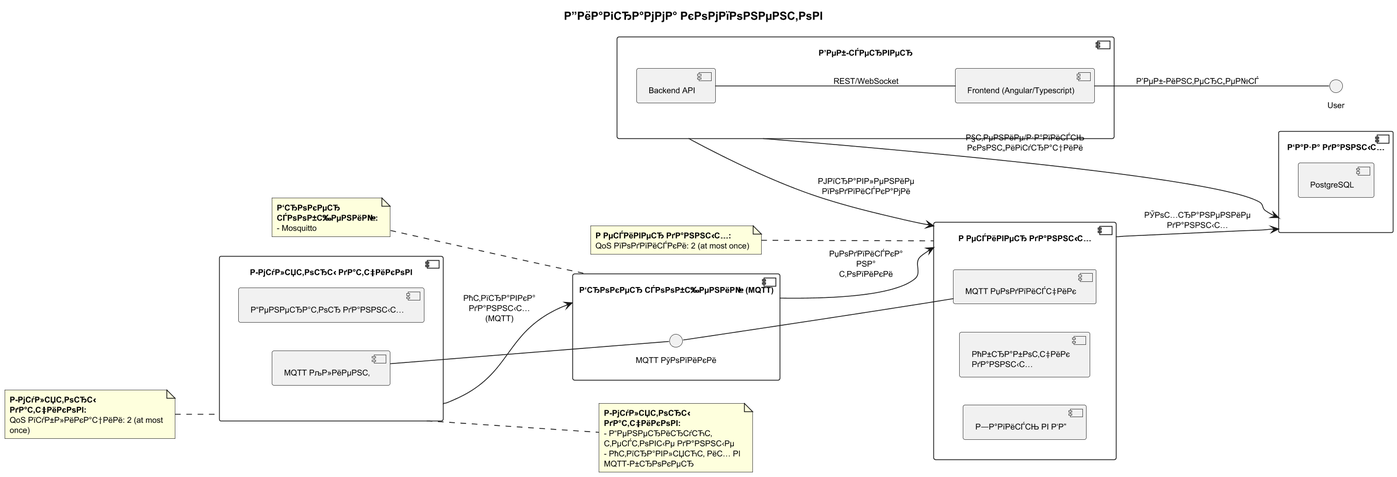
Earlier version of the PlantUML export uml/ComponentDiagram.png (ijade/ModulesMonitor).
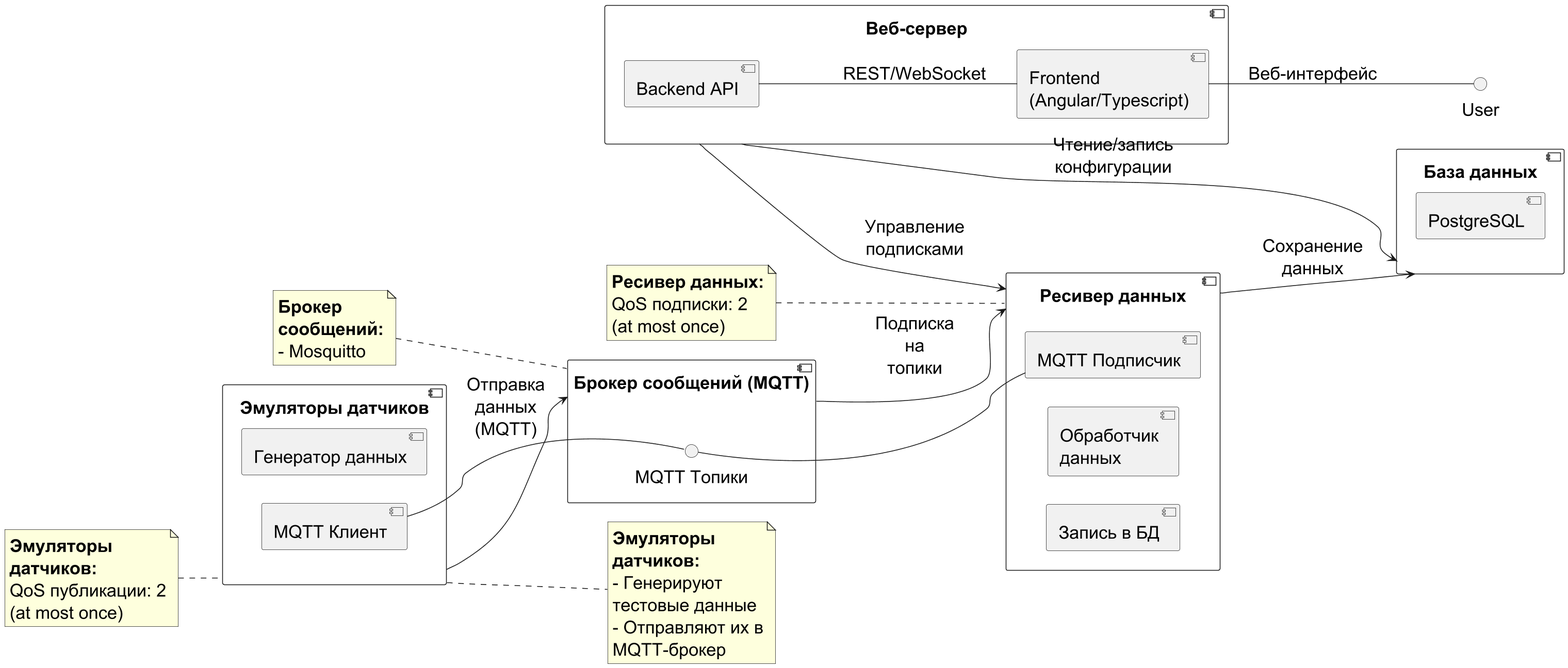
After the commit.

Change to the diagram source:
```diff
@@ -1,68 +1,67 @@
 @startuml
-title **Р”РёР°РіСЂР°РјРјР° РєРѕРјРїРѕРЅРµРЅС‚РѕРІ**
 
 
 skinparam dpi 150
-skinparam defaultFontSize 10
+skinparam defaultFontSize 22
 skinparam maxMessageSize 50
 skinparam wrapWidth 200
 skinparam componentStyle uml2
 left to right direction
 
 
-component "Р­РјСѓР»СЏС‚РѕСЂС‹ РґР°С‚С‡РёРєРѕРІ" as Sensors {
-  component "Р“РµРЅРµСЂР°С‚РѕСЂ РґР°РЅРЅС‹С…" as Generator
-  component "MQTT РљР»РёРµРЅС‚" as MQTTClient
+component "Эмуляторы датчиков" as Sensors {
+  component "Генератор данных" as Generator
+  component "MQTT Клиент" as MQTTClient
 }
 
-component "Р‘СЂРѕРєРµСЂ СЃРѕРѕР±С‰РµРЅРёР№ (MQTT)" as Broker {
-  interface "MQTT РўРѕРїРёРєРё" as Topics
+component "Брокер сообщений (MQTT)" as Broker {
+  interface "MQTT Топики" as Topics
 }
 
-component "Р РµСЃРёРІРµСЂ РґР°РЅРЅС‹С…" as Receiver {
-  component "MQTT РџРѕРґРїРёСЃС‡РёРє" as MQTTSubscriber
-  component "РћР±СЂР°Р±РѕС‚С‡РёРє РґР°РЅРЅС‹С…" as DataProcessor
-  component "Р—Р°РїРёСЃСЊ РІ Р‘Р”" as DBWriter
+component "Ресивер данных" as Receiver {
+  component "MQTT Подписчик" as MQTTSubscriber
+  component "Обработчик данных" as DataProcessor
+  component "Запись в БД" as DBWriter
 }
 
-component "Р‘Р°Р·Р° РґР°РЅРЅС‹С…" as Database {
+component "База данных" as Database {
   component "PostgreSQL" as DB
 }
 
-component "Р’РµР±-СЃРµСЂРІРµСЂ" as WebServer {
+component "Веб-сервер" as WebServer {
   component "Backend API" as API
   component "Frontend (Angular/Typescript)" as Frontend
 }
 
-Sensors --> Broker : "РћС‚РїСЂР°РІРєР° РґР°РЅРЅС‹С… (MQTT)"
-Broker --> Receiver : "РџРѕРґРїРёСЃРєР° РЅР° С‚РѕРїРёРєРё"
-Receiver --> Database : "РЎРѕС…СЂР°РЅРµРЅРёРµ РґР°РЅРЅС‹С…"
-WebServer --> Database : "Р§С‚РµРЅРёРµ/Р·Р°РїРёСЃСЊ РєРѕРЅС„РёРіСѓСЂР°С†РёРё"
-WebServer --> Receiver : "РЈРїСЂР°РІР»РµРЅРёРµ РїРѕРґРїРёСЃРєР°РјРё"
+Sensors --> Broker : "Отправка данных (MQTT)"
+Broker --> Receiver : "Подписка на топики"
+Receiver --> Database : "Сохранение данных"
+WebServer --> Database : "Чтение/запись конфигурации"
+WebServer --> Receiver : "Управление подписками"
 
 Topics -- MQTTClient
 Topics -- MQTTSubscriber
 API -- Frontend : "REST/WebSocket"
-Frontend -- User : "Р’РµР±-РёРЅС‚РµСЂС„РµР№СЃ"
+Frontend -- User : "Веб-интерфейс"
 
 note right of Sensors
-  **Р­РјСѓР»СЏС‚РѕСЂС‹ РґР°С‚С‡РёРєРѕРІ:**
-  - Р“РµРЅРµСЂРёСЂСѓСЋС‚ С‚РµСЃС‚РѕРІС‹Рµ РґР°РЅРЅС‹Рµ
-  - РћС‚РїСЂР°РІР»СЏСЋС‚ РёС… РІ MQTT-Р±СЂРѕРєРµСЂ
+  **Эмуляторы датчиков:**
+  - Генерируют тестовые данные
+  - Отправляют их в MQTT-брокер
 end note
 
 note left of Receiver
-  **Р РµСЃРёРІРµСЂ РґР°РЅРЅС‹С…:**
-  QoS РїРѕРґРїРёСЃРєРё: 2 (at most once)
+  **Ресивер данных:**
+  QoS подписки: 2 (at most once)
 end note
 
 note left of Sensors
-  **Р­РјСѓР»СЏС‚РѕСЂС‹ РґР°С‚С‡РёРєРѕРІ:**
-  QoS РїСѓР±Р»РёРєР°С†РёРё: 2 (at most once)
+  **Эмуляторы датчиков:**
+  QoS публикации: 2 (at most once)
 end note
 
 note left of Broker
-  **Р‘СЂРѕРєРµСЂ СЃРѕРѕР±С‰РµРЅРёР№:**
+  **Брокер сообщений:**
   - Mosquitto
 end note
 
```
